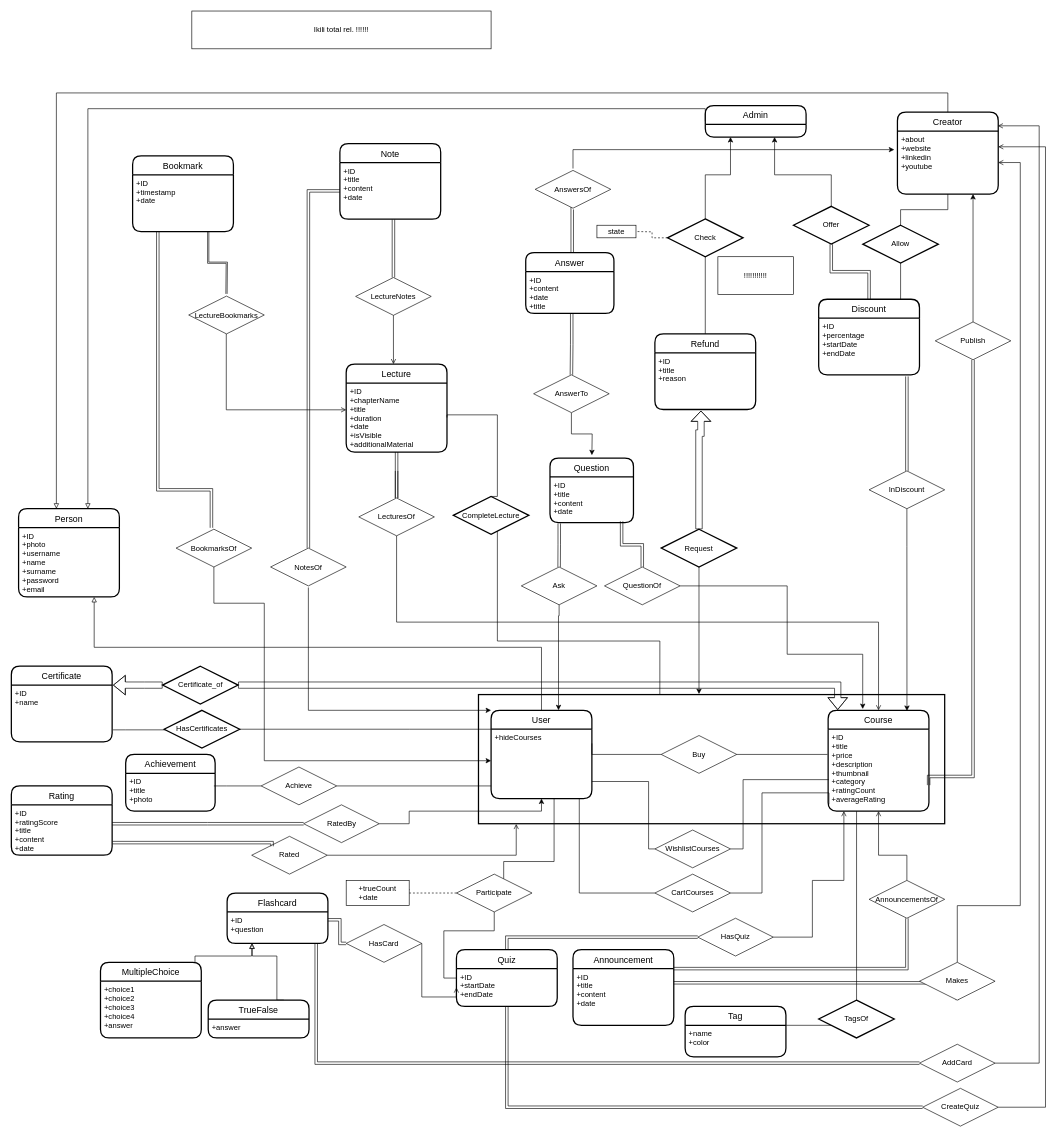
Above: page "Quizlet" (4 of 4) of ER.drawio in muratangin187/CS353-Project (draw.io), before the change. Source tidied: cells renumbered, new cells numbered last; positions are measured from the earlier drawing's top-left corner, leaving out a move shared by most shapes. Both pictures are drawn from the tidied source at 63%, with x=0, y=0 at pixel (11, 11).
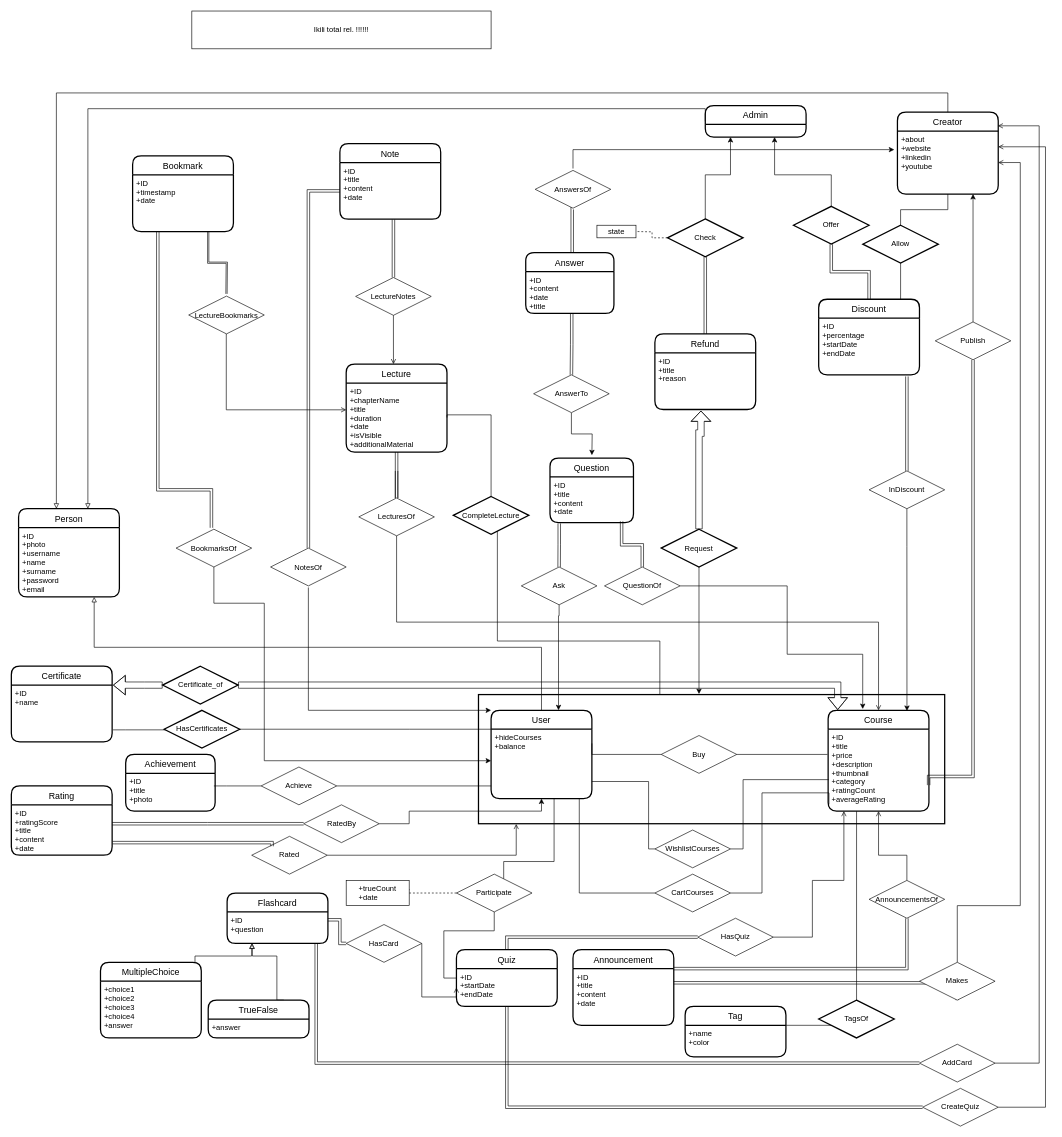
The same diagram, later.

The change refers to these unchanged cells:
```xml
<mxCell id="8" value="User" style="swimlane;horizontal=1;startSize=30;rounded=1;fontSize=14;fontStyle=0;strokeWidth=2;shadow=0;dashed=0;align=center;" parent="1" vertex="1">
  <mxGeometry x="762" y="1110" width="160" height="140" as="geometry" />
</mxCell>
<mxCell id="29" value="+ID&#10;+chapterName&#10;+title&#10;+duration&#10;+date&#10;+isVisible&#10;+additionalMaterial" style="align=left;strokeColor=none;fillColor=none;spacingLeft=4;fontSize=12;verticalAlign=top;" parent="28" vertex="1">
  <mxGeometry y="30" width="160" height="109.5" as="geometry" />
</mxCell>
<mxCell id="65" value="CompleteLecture" style="shape=rhombus;perimeter=rhombusPerimeter;whiteSpace=wrap;html=1;align=center;rounded=0;shadow=0;glass=0;sketch=0;strokeWidth=2;gradientColor=none;" parent="1" vertex="1">
  <mxGeometry x="702" y="770.5" width="120" height="60" as="geometry" />
</mxCell>
<mxCell id="92" value="Refund" style="swimlane;horizontal=1;startSize=30;rounded=1;fontSize=14;fontStyle=0;strokeWidth=2;shadow=0;dashed=0;align=center;" parent="1" vertex="1">
  <mxGeometry x="1022" y="512.5" width="160" height="120" as="geometry" />
</mxCell>
<mxCell id="100" value="Check" style="shape=rhombus;perimeter=rhombusPerimeter;whiteSpace=wrap;html=1;align=center;rounded=0;shadow=0;glass=0;sketch=0;strokeWidth=2;gradientColor=none;" parent="1" vertex="1">
  <mxGeometry x="1042" y="330" width="120" height="60" as="geometry" />
</mxCell>
```

The edit, as a diff of the source:
```diff
@@
-    <mxCell id="9" value="+hideCourses" style="align=left;strokeColor=none;fillColor=none;spacingLeft=4;fontSize=12;verticalAlign=top;" parent="8" vertex="1">
+    <mxCell id="9" value="+hideCourses&#10;+balance" style="align=left;strokeColor=none;fillColor=none;spacingLeft=4;fontSize=12;verticalAlign=top;" parent="8" vertex="1">
       <mxGeometry y="30" width="160" height="110" as="geometry" />
     </mxCell>
@@
     <mxCell id="63" style="edgeStyle=orthogonalEdgeStyle;rounded=0;jettySize=auto;html=1;exitX=1;exitY=0.5;exitDx=0;exitDy=0;endArrow=none;endFill=0;strokeColor=#000000;entryX=0.5;entryY=0;entryDx=0;entryDy=0;" parent="1" edge="1" source="29" target="65">
       <mxGeometry relative="1" as="geometry">
         <Array as="points">
-          <mxPoint x="772" y="641" />
+          <mxPoint x="692" y="641" />
+          <mxPoint x="762" y="641" />
         </Array>
       </mxGeometry>
     </mxCell>
@@
-    <mxCell id="98" style="edgeStyle=orthogonalEdgeStyle;rounded=0;jettySize=auto;html=1;exitX=0.5;exitY=1;exitDx=0;exitDy=0;entryX=0.5;entryY=0;entryDx=0;entryDy=0;endArrow=none;endFill=0;" parent="1" edge="1" source="100" target="92">
+    <mxCell id="98" style="edgeStyle=orthogonalEdgeStyle;rounded=0;jettySize=auto;html=1;exitX=0.5;exitY=1;exitDx=0;exitDy=0;entryX=0.5;entryY=0;entryDx=0;entryDy=0;endArrow=none;endFill=0;shape=link;" parent="1" edge="1" source="100" target="92">
       <mxGeometry relative="1" as="geometry" />
     </mxCell>
@@
-    <mxCell id="118" value="!!!!!!!!!!!" style="rounded=0;whiteSpace=wrap;html=1;" parent="1" vertex="1">
-      <mxGeometry x="1122" y="390" width="120" height="60" as="geometry" />
-    </mxCell>
```
